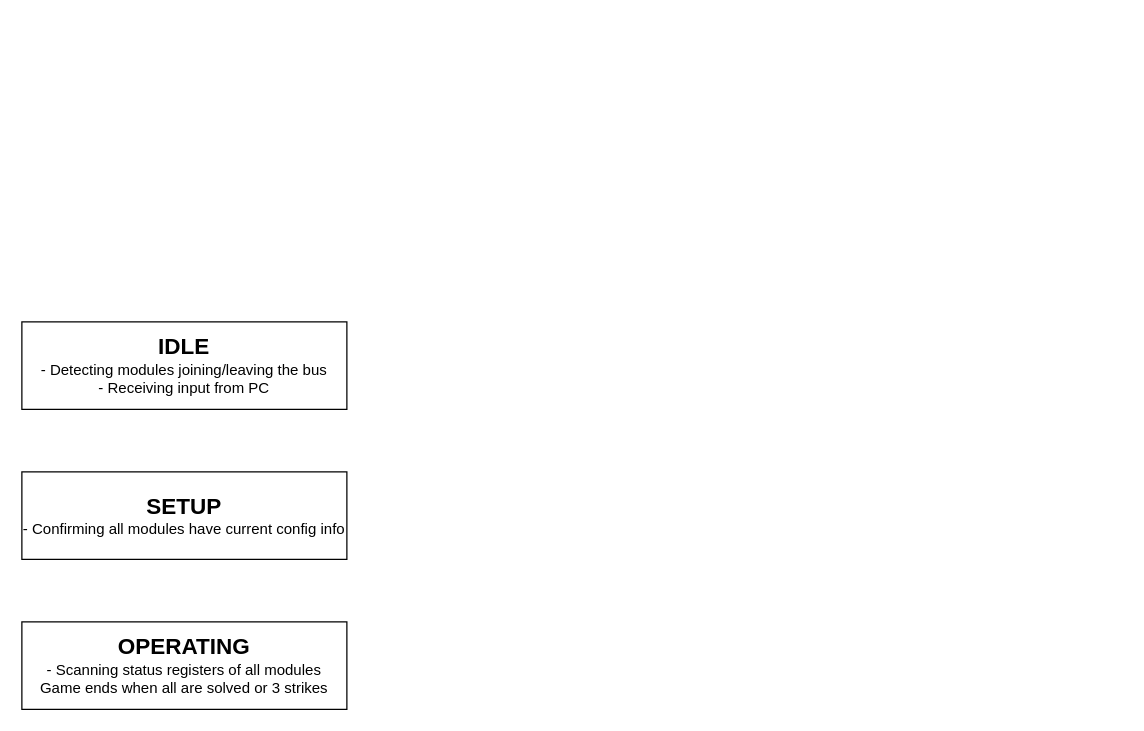
Above: page "Page-1" (1 of 4) of documentation/TimerFSM.drawio in JaidenK/KTaNE (draw.io), before the change. Source tidied: cells renumbered, new cells numbered last; positions are measured from the earlier drawing's top-left corner, leaving out a move shared by most shapes. Both pictures are drawn from the tidied source at 125%, with x=0, y=0 at pixel (21, 321).
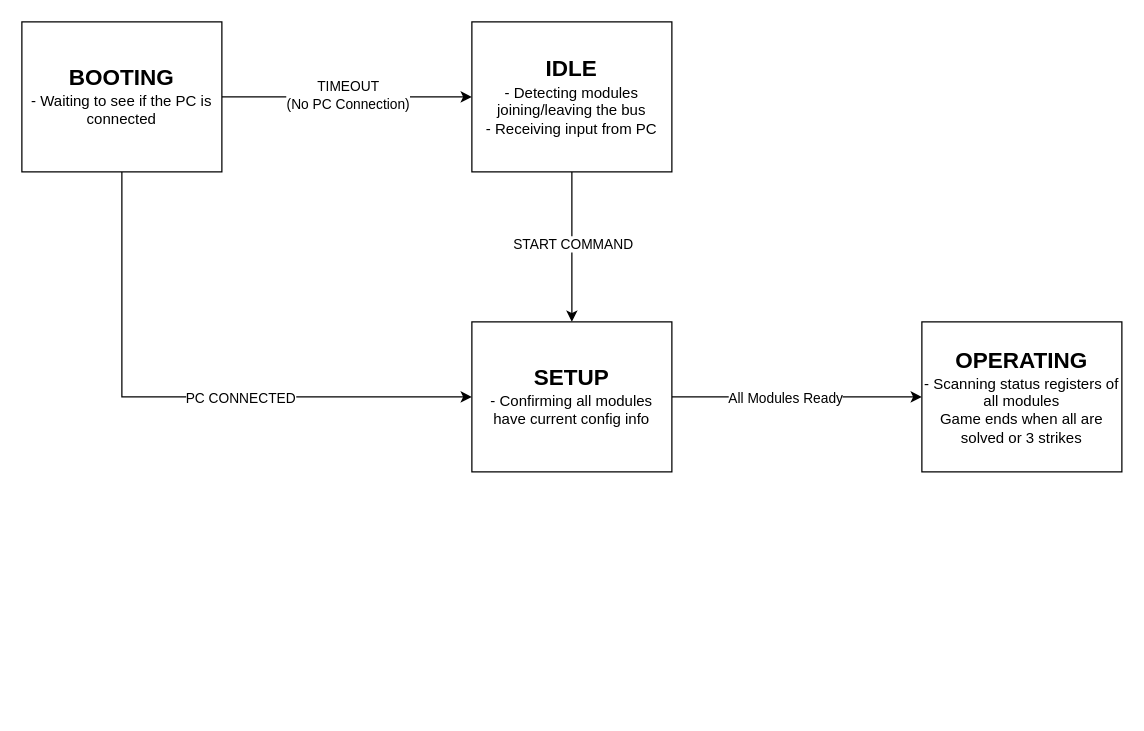
Above is the later version.

Diff of the diagram source:
```diff
@@
 <mxGraphModel>
   <root>
     <mxCell id="0" />
     <mxCell id="1" parent="0" />
+    <mxCell id="5" style="edgeStyle=orthogonalEdgeStyle;rounded=0;jettySize=auto;html=1;entryX=0.5;entryY=0;entryDx=0;entryDy=0;" parent="1" edge="1" source="2" target="3">
+      <mxGeometry relative="1" as="geometry" />
+    </mxCell>
+    <mxCell id="6" value="START COMMAND" style="edgeLabel;html=1;align=center;verticalAlign=middle;" parent="5" vertex="1">
+      <mxGeometry x="-0.05" relative="1" as="geometry" />
+    </mxCell>
     <mxCell id="2" value="&lt;b&gt;&lt;font style=&quot;font-size: 18px;&quot;&gt;IDLE&lt;/font&gt;&lt;/b&gt;&lt;br&gt;- Detecting modules joining/leaving the bus&lt;br&gt;- Receiving input from PC" style="rounded=0;whiteSpace=wrap;html=1;" parent="1" vertex="1">
-      <mxGeometry width="260" height="70" as="geometry" />
+      <mxGeometry x="360" y="-240" width="160" height="120" as="geometry" />
     </mxCell>
+    <mxCell id="7" style="edgeStyle=orthogonalEdgeStyle;rounded=0;jettySize=auto;html=1;entryX=0;entryY=0.5;entryDx=0;entryDy=0;" parent="1" edge="1" source="3" target="4">
+      <mxGeometry relative="1" as="geometry" />
+    </mxCell>
+    <mxCell id="8" value="All Modules Ready" style="edgeLabel;html=1;align=center;verticalAlign=middle;" parent="7" vertex="1">
+      <mxGeometry y="4" relative="1" as="geometry">
+        <mxPoint x="-10" y="4" as="offset" />
+      </mxGeometry>
+    </mxCell>
     <mxCell id="3" value="&lt;span style=&quot;font-size: 18px;&quot;&gt;&lt;b&gt;SETUP&lt;/b&gt;&lt;/span&gt;&lt;br&gt;- Confirming all modules have current config info" style="rounded=0;whiteSpace=wrap;html=1;" parent="1" vertex="1">
-      <mxGeometry y="120" width="260" height="70" as="geometry" />
+      <mxGeometry x="360" width="160" height="120" as="geometry" />
     </mxCell>
     <mxCell id="4" value="&lt;span style=&quot;font-size: 18px;&quot;&gt;&lt;b&gt;OPERATING&lt;/b&gt;&lt;/span&gt;&lt;br&gt;- Scanning status registers of all modules&lt;br&gt;Game ends when all are solved or 3 strikes" style="rounded=0;whiteSpace=wrap;html=1;" parent="1" vertex="1">
-      <mxGeometry y="240" width="260" height="70" as="geometry" />
+      <mxGeometry x="720" width="160" height="120" as="geometry" />
     </mxCell>
+    <mxCell id="9" style="edgeStyle=orthogonalEdgeStyle;rounded=0;jettySize=auto;html=1;entryX=0;entryY=0.5;entryDx=0;entryDy=0;exitX=0.5;exitY=1;exitDx=0;exitDy=0;" parent="1" edge="1" source="13" target="3">
+      <mxGeometry relative="1" as="geometry" />
+    </mxCell>
+    <mxCell id="10" value="PC CONNECTED" style="edgeLabel;html=1;align=center;verticalAlign=middle;" parent="9" vertex="1">
+      <mxGeometry x="0.19" y="4" relative="1" as="geometry">
+        <mxPoint y="4" as="offset" />
+      </mxGeometry>
+    </mxCell>
+    <mxCell id="11" style="edgeStyle=orthogonalEdgeStyle;rounded=0;jettySize=auto;html=1;entryX=0;entryY=0.5;entryDx=0;entryDy=0;" parent="1" edge="1" source="13" target="2">
+      <mxGeometry relative="1" as="geometry" />
+    </mxCell>
+    <mxCell id="12" value="TIMEOUT&lt;div&gt;(No PC Connection)&lt;/div&gt;" style="edgeLabel;html=1;align=center;verticalAlign=middle;" parent="11" vertex="1">
+      <mxGeometry y="2" relative="1" as="geometry" />
+    </mxCell>
+    <mxCell id="13" value="&lt;b&gt;&lt;font style=&quot;font-size: 18px;&quot;&gt;BOOTING&lt;/font&gt;&lt;/b&gt;&lt;br&gt;- Waiting to see if the PC is connected" style="rounded=0;whiteSpace=wrap;html=1;" parent="1" vertex="1">
+      <mxGeometry y="-240" width="160" height="120" as="geometry" />
+    </mxCell>
   </root>
 </mxGraphModel>
```
